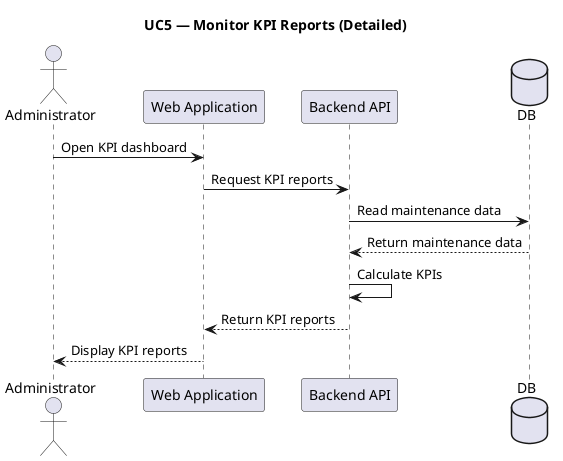
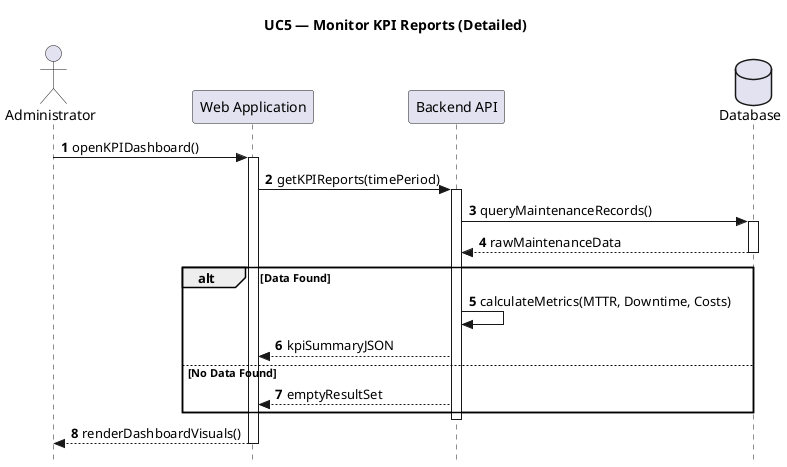
- @startuml
+ @startuml UC5_Detailed_Refined
title UC5 — Monitor KPI Reports (Detailed)
+ 
+ autonumber
+ skinparam Style strictuml

actor Administrator
participant "Web Application" as Web
participant "Backend API" as API
- database "DB" as DB
+ database "Database" as DB

- Administrator -> Web : Open KPI dashboard
- Web -> API : Request KPI reports
- API -> DB : Read maintenance data
- DB --> API : Return maintenance data
+ Administrator -> Web : openKPIDashboard()
+ activate Web

- API -> API : Calculate KPIs
- API --> Web : Return KPI reports
- Web --> Administrator : Display KPI reports
+ Web -> API : getKPIReports(timePeriod)
+ activate API
+ 
+ API -> DB : queryMaintenanceRecords()
+ activate DB
+ DB --> API : rawMaintenanceData
+ deactivate DB
+ 
+ alt Data Found
+     API -> API : calculateMetrics(MTTR, Downtime, Costs)
+     API --> Web : kpiSummaryJSON
+ else No Data Found
+     API --> Web : emptyResultSet
+ end
+ 
+ deactivate API
+ Web --> Administrator : renderDashboardVisuals()
+ deactivate Web

@enduml